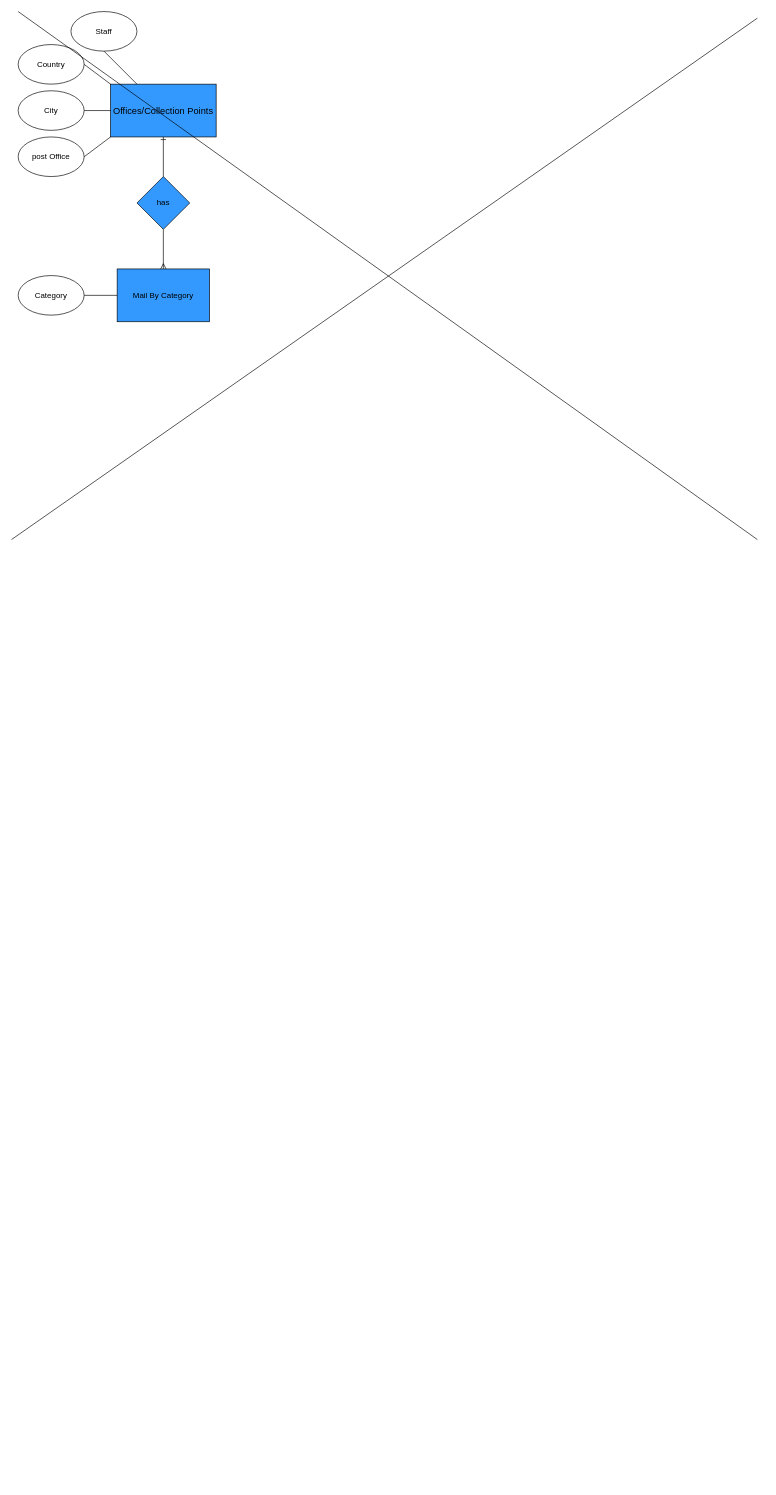
Earlier version of the draw.io diagram page "Page-2" (2 of 4) of Untitled Diagram.drawio (LeDaniii/CFLMS-Matzer-Codereview-09). Source tidied: cells renumbered, new cells numbered last; positions are measured from the earlier drawing's top-left corner, leaving out a move shared by most shapes. Both pictures are drawn from the tidied source at 66%, with x=0, y=0 at pixel (11, 11).
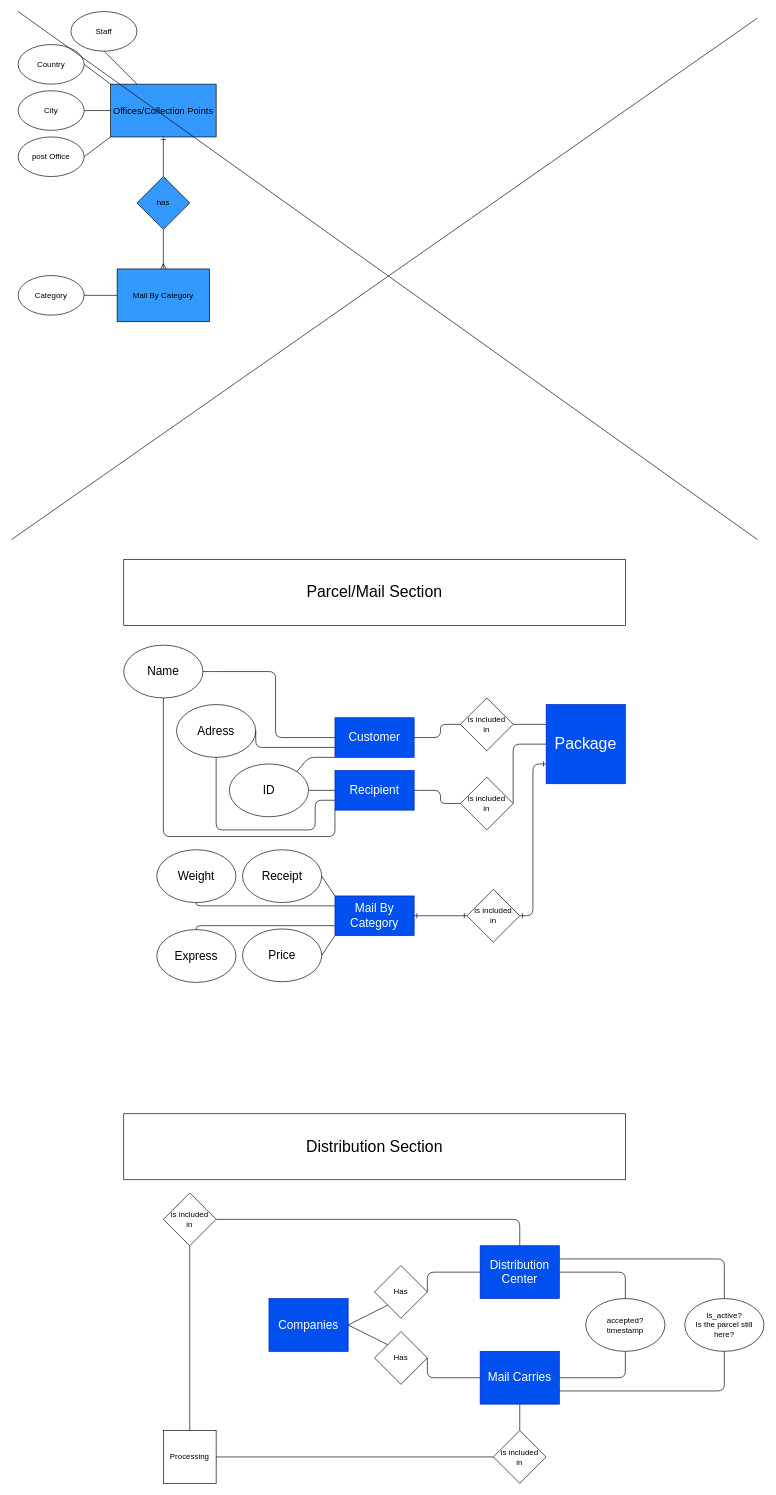
The same page after the edit.

Change to the diagram source:
```diff
@@
+    <mxCell id="19" value="&lt;font style=&quot;font-size: 18px&quot;&gt;Customer&lt;/font&gt;" style="rounded=0;whiteSpace=wrap;html=1;fillColor=#0050ef;strokeColor=#001DBC;fontColor=#ffffff;" parent="1" vertex="1">
+      <mxGeometry x="490" y="1070" width="120" height="60" as="geometry" />
+    </mxCell>
+    <mxCell id="20" value="&lt;font style=&quot;font-size: 18px&quot;&gt;Recipient&lt;/font&gt;" style="rounded=0;whiteSpace=wrap;html=1;fillColor=#0050ef;strokeColor=#001DBC;fontColor=#ffffff;" parent="1" vertex="1">
+      <mxGeometry x="490" y="1150" width="120" height="60" as="geometry" />
+    </mxCell>
+    <mxCell id="21" value="&lt;font style=&quot;font-size: 18px&quot;&gt;Name&lt;/font&gt;" style="ellipse;whiteSpace=wrap;html=1;" parent="1" vertex="1">
+      <mxGeometry x="170" y="960" width="120" height="80" as="geometry" />
+    </mxCell>
+    <mxCell id="22" style="endArrow=none;html=1;entryX=1;entryY=0.5;entryDx=0;entryDy=0;exitX=0;exitY=0.5;exitDx=0;exitDy=0;" parent="1" edge="1" source="19" target="21">
+      <mxGeometry relative="1" as="geometry">
+        <Array as="points">
+          <mxPoint x="400" y="1100" />
+          <mxPoint x="400" y="1000" />
+          <mxPoint x="310" y="1000" />
+        </Array>
+      </mxGeometry>
+    </mxCell>
+    <mxCell id="23" value="&lt;font style=&quot;font-size: 18px&quot;&gt;Adress&lt;/font&gt;" style="ellipse;whiteSpace=wrap;html=1;" parent="1" vertex="1">
+      <mxGeometry x="250" y="1050" width="120" height="80" as="geometry" />
+    </mxCell>
+    <mxCell id="24" value="&lt;font style=&quot;font-size: 18px&quot;&gt;ID&lt;/font&gt;" style="ellipse;whiteSpace=wrap;html=1;" parent="1" vertex="1">
+      <mxGeometry x="330" y="1140" width="120" height="80" as="geometry" />
+    </mxCell>
+    <mxCell id="25" style="endArrow=none;html=1;exitX=1;exitY=0.5;exitDx=0;exitDy=0;entryX=0;entryY=0.5;entryDx=0;entryDy=0;" parent="1" edge="1" source="24" target="20">
+      <mxGeometry relative="1" as="geometry" />
+    </mxCell>
+    <mxCell id="26" style="endArrow=none;html=1;exitX=1;exitY=0;exitDx=0;exitDy=0;entryX=0;entryY=1;entryDx=0;entryDy=0;" parent="1" edge="1" source="24" target="19">
+      <mxGeometry relative="1" as="geometry">
+        <Array as="points">
+          <mxPoint x="450" y="1130" />
+        </Array>
+      </mxGeometry>
+    </mxCell>
+    <mxCell id="27" style="endArrow=none;html=1;exitX=1;exitY=0.5;exitDx=0;exitDy=0;entryX=0;entryY=0.75;entryDx=0;entryDy=0;" parent="1" edge="1" source="23" target="19">
+      <mxGeometry relative="1" as="geometry">
+        <Array as="points">
+          <mxPoint x="370" y="1115" />
+        </Array>
+      </mxGeometry>
+    </mxCell>
+    <mxCell id="28" style="endArrow=none;html=1;exitX=0.5;exitY=1;exitDx=0;exitDy=0;entryX=0;entryY=1;entryDx=0;entryDy=0;" parent="1" edge="1" source="21" target="20">
+      <mxGeometry relative="1" as="geometry">
+        <Array as="points">
+          <mxPoint x="230" y="1250" />
+          <mxPoint x="490" y="1250" />
+        </Array>
+      </mxGeometry>
+    </mxCell>
+    <mxCell id="29" style="endArrow=none;html=1;exitX=0.5;exitY=1;exitDx=0;exitDy=0;entryX=0;entryY=0.75;entryDx=0;entryDy=0;" parent="1" edge="1" source="23" target="20">
+      <mxGeometry relative="1" as="geometry">
+        <Array as="points">
+          <mxPoint x="310" y="1240" />
+          <mxPoint x="460" y="1240" />
+          <mxPoint x="460" y="1195" />
+        </Array>
+      </mxGeometry>
+    </mxCell>
+    <mxCell id="30" value="&lt;font style=&quot;font-size: 18px&quot;&gt;Mail By Category&lt;/font&gt;" style="rounded=0;whiteSpace=wrap;html=1;fillColor=#0050ef;strokeColor=#001DBC;fontColor=#ffffff;" parent="1" vertex="1">
+      <mxGeometry x="490" y="1340" width="120" height="60" as="geometry" />
+    </mxCell>
+    <mxCell id="31" value="&lt;font style=&quot;font-size: 18px&quot;&gt;Weight&lt;/font&gt;" style="ellipse;whiteSpace=wrap;html=1;" parent="1" vertex="1">
+      <mxGeometry x="220" y="1270" width="120" height="80" as="geometry" />
+    </mxCell>
+    <mxCell id="32" value="&lt;font style=&quot;font-size: 18px&quot;&gt;Express&lt;/font&gt;" style="ellipse;whiteSpace=wrap;html=1;" parent="1" vertex="1">
+      <mxGeometry x="220" y="1391" width="120" height="80" as="geometry" />
+    </mxCell>
+    <mxCell id="33" value="&lt;font style=&quot;font-size: 18px&quot;&gt;Receipt&lt;/font&gt;" style="ellipse;whiteSpace=wrap;html=1;" parent="1" vertex="1">
+      <mxGeometry x="350" y="1270" width="120" height="80" as="geometry" />
+    </mxCell>
+    <mxCell id="34" value="&lt;font style=&quot;font-size: 18px&quot;&gt;Price&lt;/font&gt;" style="ellipse;whiteSpace=wrap;html=1;" parent="1" vertex="1">
+      <mxGeometry x="350" y="1390" width="120" height="80" as="geometry" />
+    </mxCell>
+    <mxCell id="35" style="endArrow=none;html=1;exitX=1;exitY=0.5;exitDx=0;exitDy=0;entryX=0;entryY=1;entryDx=0;entryDy=0;" parent="1" edge="1" source="34" target="30">
+      <mxGeometry relative="1" as="geometry" />
+    </mxCell>
+    <mxCell id="36" style="endArrow=none;html=1;exitX=1;exitY=0.5;exitDx=0;exitDy=0;entryX=0;entryY=0;entryDx=0;entryDy=0;" parent="1" edge="1" source="33" target="30">
+      <mxGeometry relative="1" as="geometry" />
+    </mxCell>
+    <mxCell id="37" style="endArrow=none;html=1;exitX=0.5;exitY=1;exitDx=0;exitDy=0;entryX=0;entryY=0.25;entryDx=0;entryDy=0;" parent="1" edge="1" source="31" target="30">
+      <mxGeometry relative="1" as="geometry">
+        <Array as="points">
+          <mxPoint x="280" y="1355" />
+        </Array>
+      </mxGeometry>
+    </mxCell>
+    <mxCell id="38" style="endArrow=none;html=1;exitX=0.5;exitY=0;exitDx=0;exitDy=0;entryX=0;entryY=0.75;entryDx=0;entryDy=0;" parent="1" edge="1" source="32" target="30">
+      <mxGeometry relative="1" as="geometry">
+        <Array as="points">
+          <mxPoint x="280" y="1385" />
+        </Array>
+      </mxGeometry>
+    </mxCell>
+    <mxCell id="39" value="&lt;div&gt;is included&lt;/div&gt;&lt;div&gt;in&lt;br&gt;&lt;/div&gt;" style="rhombus;whiteSpace=wrap;html=1;" parent="1" vertex="1">
+      <mxGeometry x="690" y="1330" width="80" height="80" as="geometry" />
+    </mxCell>
+    <mxCell id="40" value="&lt;div&gt;is included&lt;/div&gt;&lt;div&gt;in&lt;br&gt;&lt;/div&gt;" style="rhombus;whiteSpace=wrap;html=1;" parent="1" vertex="1">
+      <mxGeometry x="680" y="1160" width="80" height="80" as="geometry" />
+    </mxCell>
+    <mxCell id="41" value="&lt;div&gt;is included&lt;/div&gt;&lt;div&gt;in&lt;br&gt;&lt;/div&gt;" style="rhombus;whiteSpace=wrap;html=1;" parent="1" vertex="1">
+      <mxGeometry x="680" y="1040" width="80" height="80" as="geometry" />
+    </mxCell>
+    <mxCell id="42" style="endArrow=none;html=1;exitX=1;exitY=0.5;exitDx=0;exitDy=0;entryX=0;entryY=0.5;entryDx=0;entryDy=0;" parent="1" edge="1" source="19" target="41">
+      <mxGeometry relative="1" as="geometry">
+        <Array as="points">
+          <mxPoint x="650" y="1100" />
+          <mxPoint x="650" y="1080" />
+        </Array>
+      </mxGeometry>
+    </mxCell>
+    <mxCell id="43" style="endArrow=none;html=1;exitX=1;exitY=0.5;exitDx=0;exitDy=0;entryX=0;entryY=0.5;entryDx=0;entryDy=0;" parent="1" edge="1" source="20" target="40">
+      <mxGeometry relative="1" as="geometry">
+        <Array as="points">
+          <mxPoint x="650" y="1180" />
+          <mxPoint x="650" y="1200" />
+        </Array>
+      </mxGeometry>
+    </mxCell>
+    <mxCell id="44" style="endArrow=ERone;html=1;exitX=1;exitY=0.5;exitDx=0;exitDy=0;entryX=0;entryY=0.5;entryDx=0;entryDy=0;startArrow=ERone;startFill=0;endFill=0;" parent="1" edge="1" source="30" target="39">
+      <mxGeometry relative="1" as="geometry" />
+    </mxCell>
+    <mxCell id="45" value="&lt;font style=&quot;font-size: 24px&quot;&gt;Package&lt;/font&gt;" style="rounded=0;whiteSpace=wrap;html=1;fillColor=#0050ef;strokeColor=#001DBC;fontColor=#ffffff;" parent="1" vertex="1">
+      <mxGeometry x="810" y="1050" width="120" height="120" as="geometry" />
+    </mxCell>
+    <mxCell id="46" style="endArrow=none;html=1;exitX=1;exitY=0.5;exitDx=0;exitDy=0;entryX=0;entryY=0.25;entryDx=0;entryDy=0;" parent="1" edge="1" source="41" target="45">
+      <mxGeometry relative="1" as="geometry" />
+    </mxCell>
+    <mxCell id="47" style="endArrow=none;html=1;exitX=1;exitY=0.5;exitDx=0;exitDy=0;entryX=0;entryY=0.5;entryDx=0;entryDy=0;" parent="1" edge="1" source="40" target="45">
+      <mxGeometry relative="1" as="geometry">
+        <Array as="points">
+          <mxPoint x="760" y="1110" />
+        </Array>
+      </mxGeometry>
+    </mxCell>
+    <mxCell id="48" style="endArrow=ERone;html=1;exitX=1;exitY=0.5;exitDx=0;exitDy=0;entryX=0;entryY=0.75;entryDx=0;entryDy=0;startArrow=ERone;startFill=0;endFill=0;" parent="1" edge="1" source="39" target="45">
+      <mxGeometry relative="1" as="geometry">
+        <Array as="points">
+          <mxPoint x="790" y="1370" />
+          <mxPoint x="790" y="1140" />
+        </Array>
+      </mxGeometry>
+    </mxCell>
+    <mxCell id="49" value="&lt;font style=&quot;font-size: 18px&quot;&gt;Distribution Center &lt;/font&gt;" style="rounded=0;whiteSpace=wrap;html=1;fillColor=#0050ef;strokeColor=#001DBC;fontColor=#ffffff;" parent="1" vertex="1">
+      <mxGeometry x="710" y="1870" width="120" height="80" as="geometry" />
+    </mxCell>
+    <mxCell id="50" value="&lt;font style=&quot;font-size: 18px&quot;&gt;Mail Carries&lt;/font&gt;" style="rounded=0;whiteSpace=wrap;html=1;fillColor=#0050ef;strokeColor=#001DBC;fontColor=#ffffff;" parent="1" vertex="1">
+      <mxGeometry x="710" y="2030" width="120" height="80" as="geometry" />
+    </mxCell>
+    <mxCell id="51" value="&lt;font style=&quot;font-size: 24px&quot;&gt;Parcel/Mail Section&lt;/font&gt;" style="rounded=0;whiteSpace=wrap;html=1;" parent="1" vertex="1">
+      <mxGeometry x="170" y="830" width="760" height="100" as="geometry" />
+    </mxCell>
+    <mxCell id="52" value="&lt;font style=&quot;font-size: 18px&quot;&gt;Companies&lt;/font&gt;" style="rounded=0;whiteSpace=wrap;html=1;fillColor=#0050ef;strokeColor=#001DBC;fontColor=#ffffff;" parent="1" vertex="1">
+      <mxGeometry x="390" y="1950" width="120" height="80" as="geometry" />
+    </mxCell>
+    <mxCell id="53" value="&lt;font style=&quot;font-size: 24px&quot;&gt;Distribution Section&lt;/font&gt;" style="rounded=0;whiteSpace=wrap;html=1;" parent="1" vertex="1">
+      <mxGeometry x="170" y="1670" width="760" height="100" as="geometry" />
+    </mxCell>
+    <mxCell id="54" value="&lt;div&gt;Is_active?&lt;/div&gt;&lt;div&gt;Is the parcel still&lt;/div&gt;&lt;div&gt;here?&lt;br&gt;&lt;/div&gt;" style="ellipse;whiteSpace=wrap;html=1;" parent="1" vertex="1">
+      <mxGeometry x="1020" y="1950" width="120" height="80" as="geometry" />
+    </mxCell>
+    <mxCell id="55" value="&lt;div&gt;accepted?&lt;/div&gt;&lt;div&gt;timestamp&lt;br&gt;&lt;/div&gt;" style="ellipse;whiteSpace=wrap;html=1;" parent="1" vertex="1">
+      <mxGeometry x="870" y="1950" width="120" height="80" as="geometry" />
+    </mxCell>
+    <mxCell id="56" style="endArrow=none;html=1;exitX=0.5;exitY=0;exitDx=0;exitDy=0;entryX=1;entryY=0.5;entryDx=0;entryDy=0;" parent="1" edge="1" source="55" target="49">
+      <mxGeometry relative="1" as="geometry">
+        <Array as="points">
+          <mxPoint x="930" y="1910" />
+        </Array>
+      </mxGeometry>
+    </mxCell>
+    <mxCell id="57" style="endArrow=none;html=1;entryX=0.5;entryY=1;entryDx=0;entryDy=0;exitX=1;exitY=0.5;exitDx=0;exitDy=0;" parent="1" edge="1" source="50" target="55">
+      <mxGeometry relative="1" as="geometry">
+        <Array as="points">
+          <mxPoint x="930" y="2070" />
+        </Array>
+      </mxGeometry>
+    </mxCell>
+    <mxCell id="58" style="endArrow=none;html=1;exitX=1;exitY=0.25;exitDx=0;exitDy=0;entryX=0.5;entryY=0;entryDx=0;entryDy=0;" parent="1" edge="1" source="49" target="54">
+      <mxGeometry relative="1" as="geometry">
+        <Array as="points">
+          <mxPoint x="1080" y="1890" />
+        </Array>
+      </mxGeometry>
+    </mxCell>
+    <mxCell id="59" style="endArrow=none;html=1;exitX=0.5;exitY=1;exitDx=0;exitDy=0;entryX=1;entryY=0.75;entryDx=0;entryDy=0;" parent="1" edge="1" source="54" target="50">
+      <mxGeometry relative="1" as="geometry">
+        <Array as="points">
+          <mxPoint x="1080" y="2090" />
+        </Array>
+      </mxGeometry>
+    </mxCell>
+    <mxCell id="60" value="Has" style="rhombus;whiteSpace=wrap;html=1;" parent="1" vertex="1">
+      <mxGeometry x="550" y="2000" width="80" height="80" as="geometry" />
+    </mxCell>
+    <mxCell id="61" value="Has" style="rhombus;whiteSpace=wrap;html=1;" parent="1" vertex="1">
+      <mxGeometry x="550" y="1900" width="80" height="80" as="geometry" />
+    </mxCell>
+    <mxCell id="62" style="endArrow=none;html=1;entryX=0;entryY=0.5;entryDx=0;entryDy=0;exitX=1;exitY=0.5;exitDx=0;exitDy=0;" parent="1" edge="1" source="60" target="50">
+      <mxGeometry relative="1" as="geometry">
+        <Array as="points">
+          <mxPoint x="630" y="2070" />
+        </Array>
+      </mxGeometry>
+    </mxCell>
+    <mxCell id="63" style="endArrow=none;html=1;entryX=0;entryY=0.5;entryDx=0;entryDy=0;exitX=1;exitY=0.5;exitDx=0;exitDy=0;" parent="1" edge="1" source="61" target="49">
+      <mxGeometry relative="1" as="geometry">
+        <Array as="points">
+          <mxPoint x="630" y="1910" />
+        </Array>
+      </mxGeometry>
+    </mxCell>
+    <mxCell id="64" style="endArrow=none;html=1;exitX=1;exitY=0.5;exitDx=0;exitDy=0;entryX=0;entryY=1;entryDx=0;entryDy=0;" parent="1" edge="1" source="52" target="61">
+      <mxGeometry relative="1" as="geometry" />
+    </mxCell>
+    <mxCell id="65" style="endArrow=none;html=1;entryX=0;entryY=0;entryDx=0;entryDy=0;exitX=1;exitY=0.5;exitDx=0;exitDy=0;" parent="1" edge="1" source="52" target="60">
+      <mxGeometry relative="1" as="geometry" />
+    </mxCell>
+    <mxCell id="66" value="&lt;div&gt;is included&lt;/div&gt;in" style="rhombus;whiteSpace=wrap;html=1;" parent="1" vertex="1">
+      <mxGeometry x="230" y="1790" width="80" height="80" as="geometry" />
+    </mxCell>
+    <mxCell id="67" value="&lt;div&gt;is included&lt;/div&gt;&lt;div&gt;in&lt;br&gt;&lt;/div&gt;" style="rhombus;whiteSpace=wrap;html=1;" parent="1" vertex="1">
+      <mxGeometry x="730" y="2150" width="80" height="80" as="geometry" />
+    </mxCell>
+    <mxCell id="68" style="endArrow=none;html=1;exitX=1;exitY=0.5;exitDx=0;exitDy=0;entryX=0.5;entryY=0;entryDx=0;entryDy=0;" parent="1" edge="1" source="66" target="49">
+      <mxGeometry relative="1" as="geometry">
+        <Array as="points">
+          <mxPoint x="770" y="1830" />
+        </Array>
+      </mxGeometry>
+    </mxCell>
+    <mxCell id="69" style="endArrow=none;html=1;entryX=0.5;entryY=1;entryDx=0;entryDy=0;exitX=0.5;exitY=0;exitDx=0;exitDy=0;" parent="1" edge="1" source="67" target="50">
+      <mxGeometry relative="1" as="geometry" />
+    </mxCell>
+    <mxCell id="70" style="endArrow=none;html=1;entryX=0;entryY=0.5;entryDx=0;entryDy=0;exitX=1;exitY=0.5;exitDx=0;exitDy=0;" parent="1" edge="1" source="72" target="67">
+      <mxGeometry relative="1" as="geometry" />
+    </mxCell>
+    <mxCell id="71" style="endArrow=none;html=1;entryX=0.5;entryY=1;entryDx=0;entryDy=0;exitX=0.5;exitY=0;exitDx=0;exitDy=0;" parent="1" edge="1" source="72" target="66">
+      <mxGeometry relative="1" as="geometry" />
+    </mxCell>
+    <mxCell id="72" value="Processing" style="whiteSpace=wrap;html=1;" parent="1" vertex="1">
+      <mxGeometry x="230" y="2150" width="80" height="80" as="geometry" />
+    </mxCell>
```
